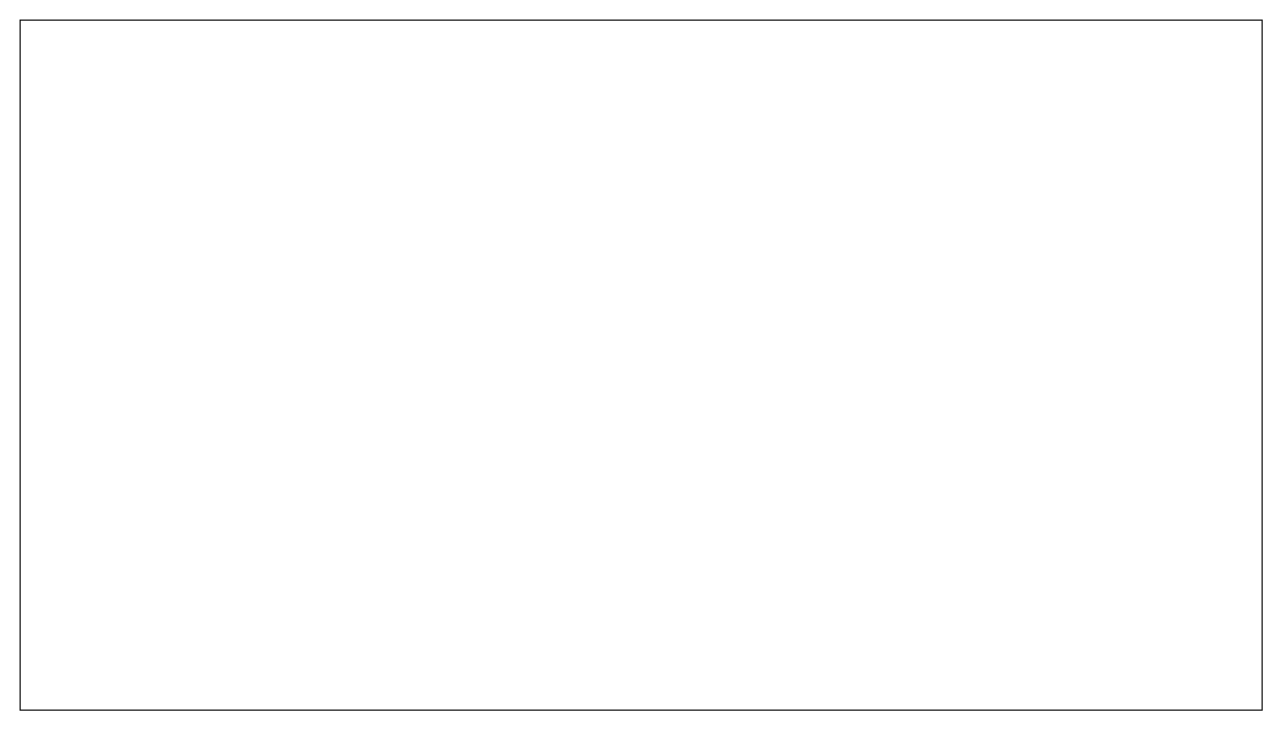
Before: 出行项目/werideapp_admin.drawio in wurh/myDesignDoc, a draw.io diagram. Source tidied: cells renumbered, new cells numbered last; positions are measured from the earlier drawing's top-left corner, leaving out a move shared by most shapes. Both pictures are drawn from the tidied source at 115%, with x=0, y=0 at pixel (20, 20). Pictures stored in the file or linked from it are replaced by grey dashed boxes.
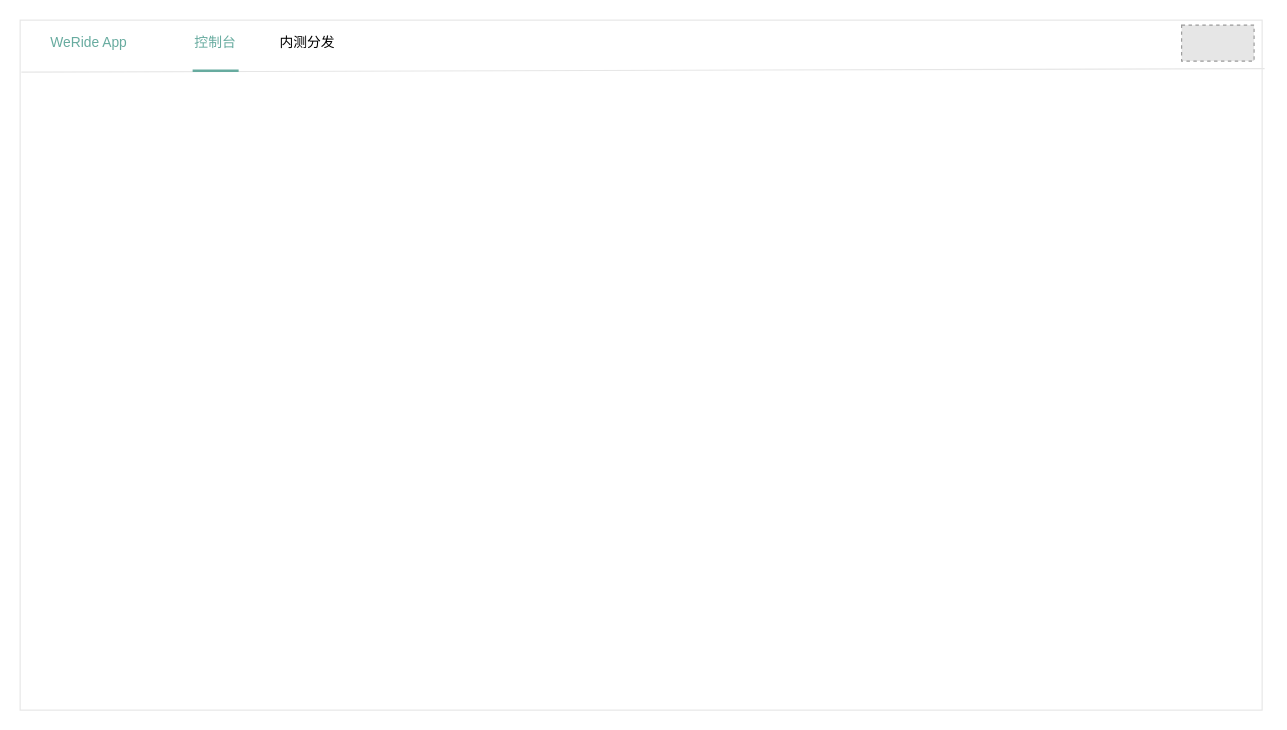
After the change.

Change to the diagram source:
```diff
@@
 <mxGraphModel>
   <root>
     <mxCell id="0" />
     <mxCell id="1" parent="0" />
-    <mxCell id="2" style="rounded=0;whiteSpace=wrap;html=1;" parent="1" vertex="1">
+    <mxCell id="2" style="rounded=0;whiteSpace=wrap;html=1;strokeColor=#E6E6E6;" parent="1" vertex="1">
       <mxGeometry width="1080" height="600" as="geometry" />
     </mxCell>
+    <mxCell id="3" style="endArrow=none;html=1;exitX=0.001;exitY=0.067;exitDx=0;exitDy=0;exitPerimeter=0;entryX=1.002;entryY=0.062;entryDx=0;entryDy=0;entryPerimeter=0;strokeColor=#E6E6E6;" parent="1" edge="1">
+      <mxGeometry relative="1" as="geometry">
+        <mxPoint x="1.1" y="45.2" as="sourcePoint" />
+        <mxPoint x="1082.2" y="42.2" as="targetPoint" />
+      </mxGeometry>
+    </mxCell>
+    <mxCell id="4" value="&lt;font color=&quot;#67ab9f&quot;&gt;WeRide App&lt;/font&gt;" style="text;html=1;strokeColor=none;fillColor=none;align=center;verticalAlign=middle;whiteSpace=wrap;rounded=0;" parent="1" vertex="1">
+      <mxGeometry x="20" y="10" width="80" height="20" as="geometry" />
+    </mxCell>
+    <mxCell id="5" style="fillColor=#E6E6E6;strokeColor=#999999;dashed=1;verticalLabelPosition=bottom;labelBackgroundColor=#ffffff;verticalAlign=top;" parent="1" vertex="1">
+      <mxGeometry x="1010" y="4.4" width="63" height="31.2" as="geometry" />
+    </mxCell>
+    <mxCell id="6" value="&lt;font color=&quot;#67ab9f&quot;&gt;控制台&lt;/font&gt;" style="text;html=1;strokeColor=none;fillColor=none;align=center;verticalAlign=middle;whiteSpace=wrap;rounded=0;" parent="1" vertex="1">
+      <mxGeometry x="150" y="10" width="40" height="20" as="geometry" />
+    </mxCell>
+    <mxCell id="7" value="内测分发" style="text;html=1;strokeColor=none;fillColor=none;align=center;verticalAlign=middle;whiteSpace=wrap;rounded=0;rotation=0;" parent="1" vertex="1">
+      <mxGeometry x="220" y="10" width="60" height="20" as="geometry" />
+    </mxCell>
+    <mxCell id="8" style="endArrow=none;html=1;strokeColor=#67AB9F;strokeWidth=2;" parent="1" edge="1">
+      <mxGeometry relative="1" as="geometry">
+        <mxPoint x="150" y="44" as="sourcePoint" />
+        <mxPoint x="190" y="44" as="targetPoint" />
+      </mxGeometry>
+    </mxCell>
   </root>
 </mxGraphModel>
```
